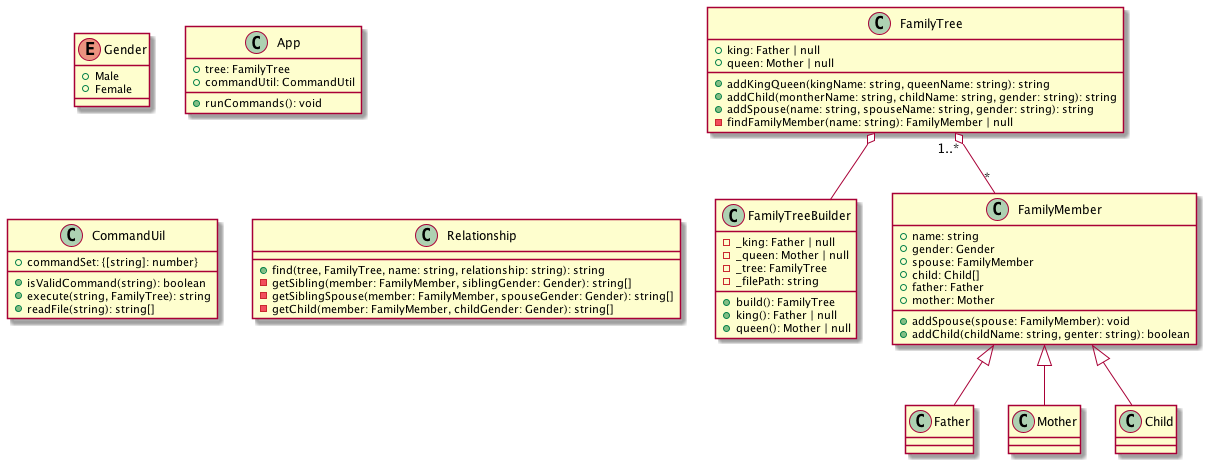
The PlantUML diagram res/class-diagram.png in evaou/family-tree, before a commit.
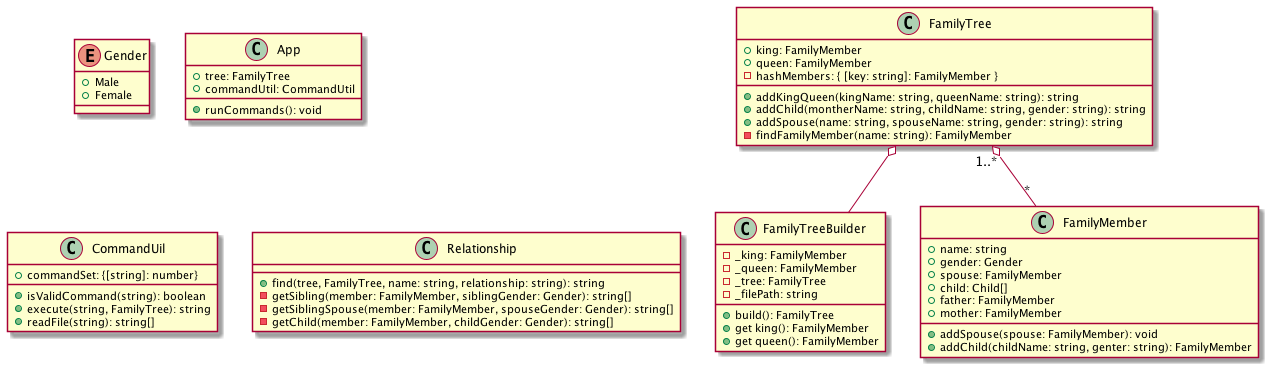
Above is the later version.

Commit message:
update class diagram

Change to the diagram source:
```diff
@@ -26,22 +26,23 @@
 }
 
 class FamilyTreeBuilder {
-    -_king: Father | null
-    -_queen: Mother | null
+    -_king: FamilyMember
+    -_queen: FamilyMember
     -_tree: FamilyTree
     -_filePath: string
     +build(): FamilyTree
-    +king(): Father | null
-    +queen(): Mother | null
+    +get king(): FamilyMember
+    +get queen(): FamilyMember
 }
 
 class FamilyTree {
-    +king: Father | null
-    +queen: Mother | null
+    +king: FamilyMember
+    +queen: FamilyMember
+    -hashMembers: { [key: string]: FamilyMember }
     +addKingQueen(kingName: string, queenName: string): string
     +addChild(montherName: string, childName: string, gender: string): string
     +addSpouse(name: string, spouseName: string, gender: string): string
-    -findFamilyMember(name: string): FamilyMember | null
+    -findFamilyMember(name: string): FamilyMember
 }
 
 class FamilyMember {
@@ -49,26 +50,13 @@
     +gender: Gender
     +spouse: FamilyMember
     +child: Child[]
-    +father: Father
-    +mother: Mother
+    +father: FamilyMember
+    +mother: FamilyMember
     +addSpouse(spouse: FamilyMember): void
-    +addChild(childName: string, genter: string): boolean
-}
-
-class Father {
-}
-
-class Mother {
-}
-
-class Child {
+    +addChild(childName: string, genter: string): FamilyMember
 }
 
 FamilyTree "1..*" o-- "*" FamilyMember
 FamilyTree o-- FamilyTreeBuilder
 
-FamilyMember <|-- Father
-FamilyMember <|--  Mother
-FamilyMember <|--  Child
-
 @enduml
```
